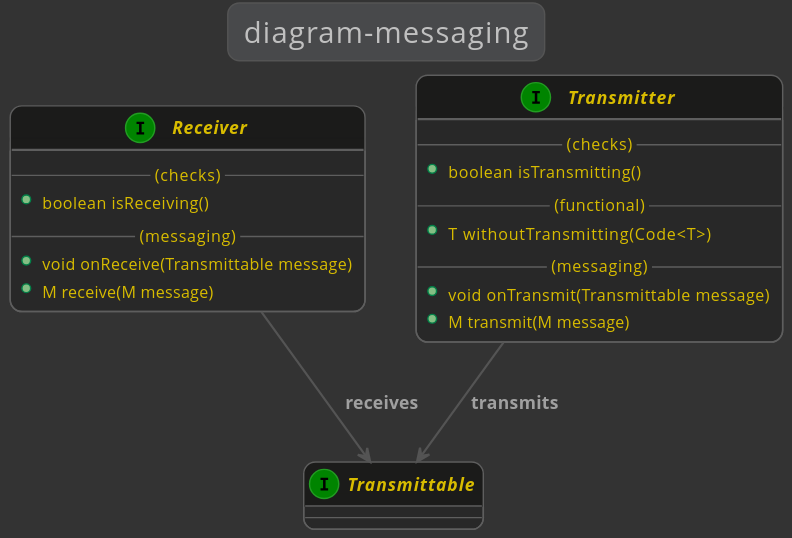
Telenav/kivakit-assets keeps this PlantUML diagram as docs/1.6.0/lexakai/kivakit/kivakit-interfaces/documentation/diagrams/diagram-messaging.svg. Above is the earlier version. Its source is kept beside it as docs/1.6.0/lexakai/kivakit/kivakit-interfaces/documentation/diagrams/diagram-messaging.puml.
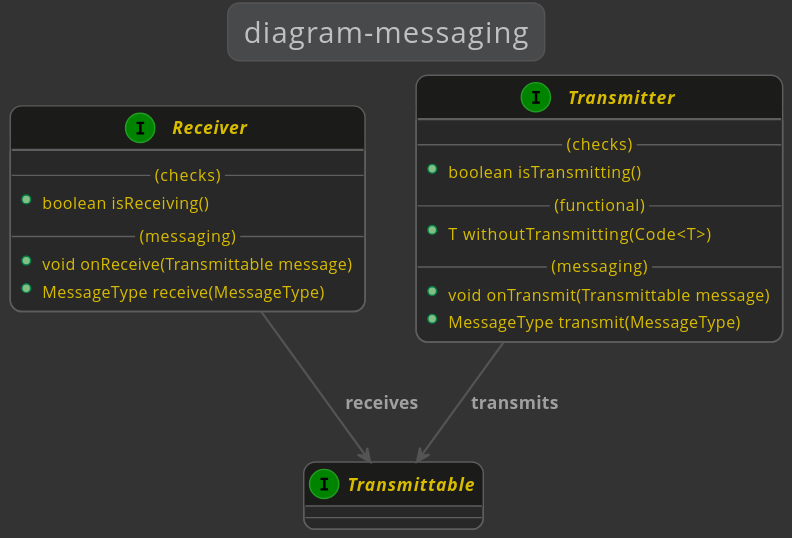
After the commit.

What changed in the source:
```diff
@@ -11,7 +11,7 @@
         +boolean isReceiving()
         --(messaging)--
         +void onReceive(Transmittable message)
-        +M receive(M message)
+        +MessageType receive(MessageType)
     }
 
     interface Transmittable
@@ -27,7 +27,7 @@
         +T withoutTransmitting(Code<T>)
         --(messaging)--
         +void onTransmit(Transmittable message)
-        +M transmit(M message)
+        +MessageType transmit(MessageType)
     }
 
 @enduml
```
